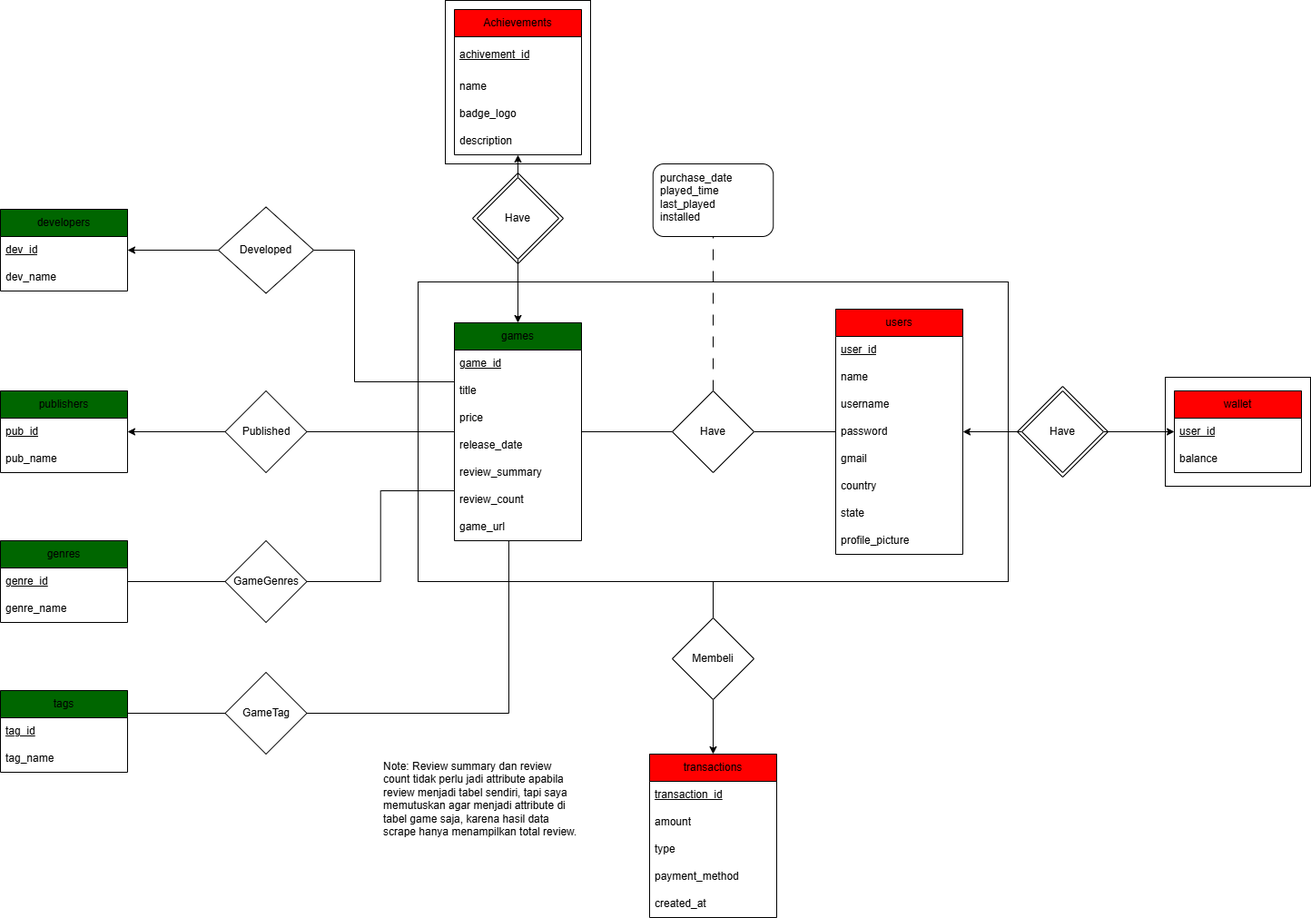
The draw.io diagram Data Storing/design/ERD.drawio.png in Jerannn24/Seleksi-2026-Tugas-1, before a commit. Source tidied: cells renumbered, new cells last; positions are measured from the earlier drawing's top-left corner, leaving out a move shared by most shapes.
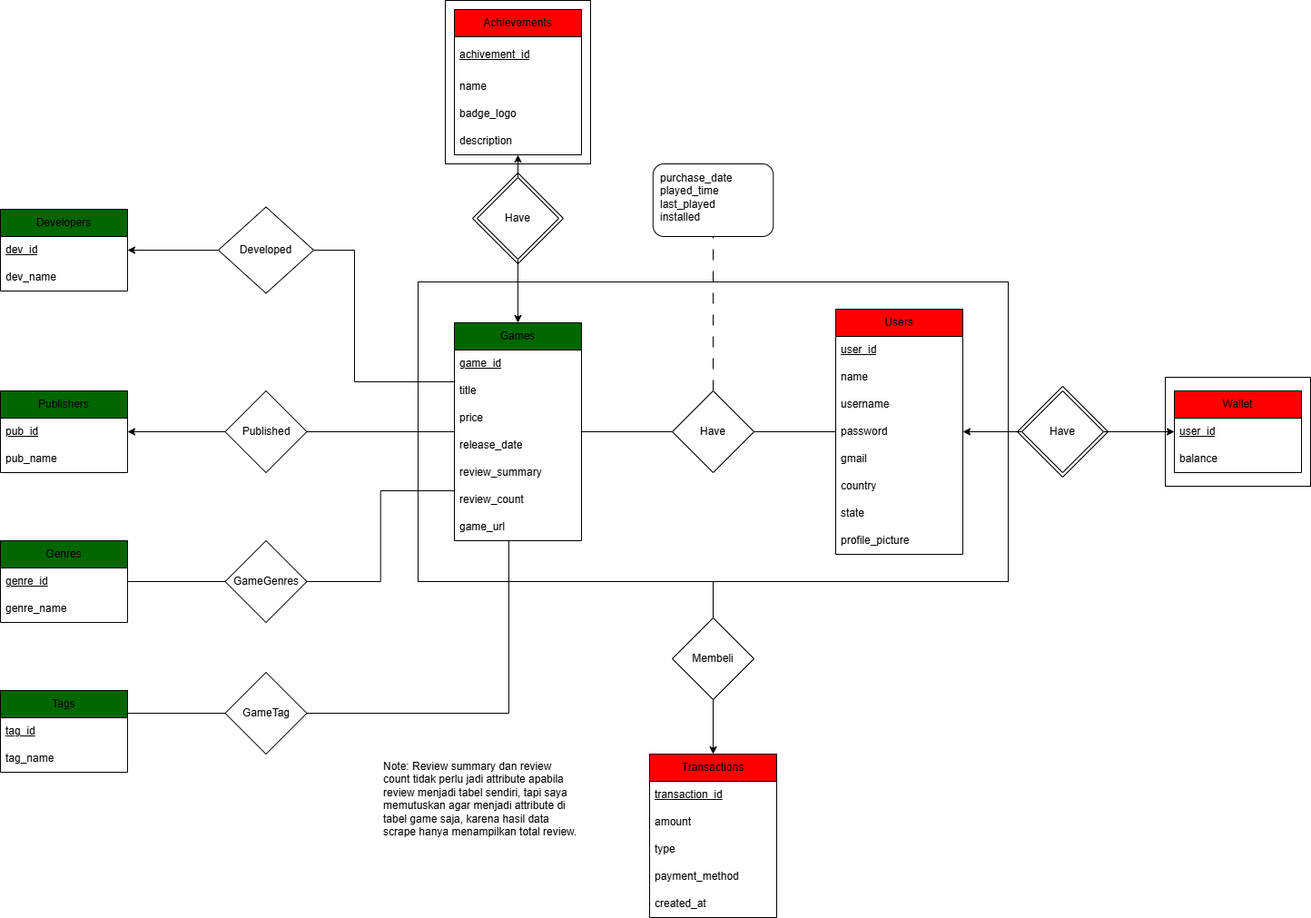
Above is the later version.

The edit, as a diff of the source:
```diff
@@ -17,7 +17,7 @@
     <mxCell id="6" style="rounded=0;whiteSpace=wrap;html=1;" parent="1" vertex="1">
       <mxGeometry x="460" y="310" width="650" height="330" as="geometry" />
     </mxCell>
-    <mxCell id="7" value="games" style="swimlane;fontStyle=0;horizontal=1;startSize=30;whiteSpace=wrap;html=1;fillColor=light-dark(#006600,#006600);fontColor=default;" parent="1" vertex="1">
+    <mxCell id="7" value="Games" style="swimlane;fontStyle=0;horizontal=1;startSize=30;whiteSpace=wrap;html=1;fillColor=light-dark(#006600,#006600);fontColor=default;" parent="1" vertex="1">
       <mxGeometry x="500" y="355" width="140" height="240" as="geometry" />
     </mxCell>
     <mxCell id="8" value="&lt;u&gt;game_id&lt;/u&gt;" style="text;strokeColor=none;fillColor=none;align=left;verticalAlign=middle;spacingLeft=4;spacingRight=4;overflow=hidden;whiteSpace=wrap;html=1;" parent="7" vertex="1">
@@ -41,7 +41,7 @@
     <mxCell id="14" value="game_url" style="text;strokeColor=none;fillColor=none;align=left;verticalAlign=middle;spacingLeft=4;spacingRight=4;overflow=hidden;whiteSpace=wrap;html=1;" parent="7" vertex="1">
       <mxGeometry y="210" width="140" height="30" as="geometry" />
     </mxCell>
-    <mxCell id="15" value="developers" style="swimlane;fontStyle=0;horizontal=1;startSize=30;whiteSpace=wrap;html=1;fillColor=light-dark(#006600,#006600);" parent="1" vertex="1">
+    <mxCell id="15" value="Developers" style="swimlane;fontStyle=0;horizontal=1;startSize=30;whiteSpace=wrap;html=1;fillColor=light-dark(#006600,#006600);" parent="1" vertex="1">
       <mxGeometry y="230" width="140" height="90" as="geometry" />
     </mxCell>
     <mxCell id="16" value="&lt;u&gt;dev_id&lt;/u&gt;" style="text;strokeColor=none;fillColor=none;align=left;verticalAlign=middle;spacingLeft=4;spacingRight=4;overflow=hidden;whiteSpace=wrap;html=1;" parent="15" vertex="1">
@@ -50,7 +50,7 @@
     <mxCell id="17" value="dev_name" style="text;strokeColor=none;fillColor=none;align=left;verticalAlign=middle;spacingLeft=4;spacingRight=4;overflow=hidden;whiteSpace=wrap;html=1;" parent="15" vertex="1">
       <mxGeometry y="60" width="140" height="30" as="geometry" />
     </mxCell>
-    <mxCell id="18" value="publishers" style="swimlane;fontStyle=0;horizontal=1;startSize=30;whiteSpace=wrap;html=1;fillColor=light-dark(#006600,#006600);" parent="1" vertex="1">
+    <mxCell id="18" value="Publishers" style="swimlane;fontStyle=0;horizontal=1;startSize=30;whiteSpace=wrap;html=1;fillColor=light-dark(#006600,#006600);" parent="1" vertex="1">
       <mxGeometry y="430" width="140" height="90" as="geometry" />
     </mxCell>
     <mxCell id="19" value="&lt;u&gt;pub_id&lt;/u&gt;" style="text;strokeColor=none;fillColor=none;align=left;verticalAlign=middle;spacingLeft=4;spacingRight=4;overflow=hidden;whiteSpace=wrap;html=1;" parent="18" vertex="1">
@@ -59,7 +59,7 @@
     <mxCell id="20" value="pub_name" style="text;strokeColor=none;fillColor=none;align=left;verticalAlign=middle;spacingLeft=4;spacingRight=4;overflow=hidden;whiteSpace=wrap;html=1;" parent="18" vertex="1">
       <mxGeometry y="60" width="140" height="30" as="geometry" />
     </mxCell>
-    <mxCell id="21" value="tags" style="swimlane;fontStyle=0;horizontal=1;startSize=30;whiteSpace=wrap;html=1;fillColor=light-dark(#006600,#006600);" parent="1" vertex="1">
+    <mxCell id="21" value="Tags" style="swimlane;fontStyle=0;horizontal=1;startSize=30;whiteSpace=wrap;html=1;fillColor=light-dark(#006600,#006600);" parent="1" vertex="1">
       <mxGeometry y="760" width="140" height="90" as="geometry" />
     </mxCell>
     <mxCell id="22" value="&lt;u&gt;tag_id&lt;/u&gt;" style="text;strokeColor=none;fillColor=none;align=left;verticalAlign=middle;spacingLeft=4;spacingRight=4;overflow=hidden;whiteSpace=wrap;html=1;" parent="21" vertex="1">
@@ -68,7 +68,7 @@
     <mxCell id="23" value="tag_name" style="text;strokeColor=none;fillColor=none;align=left;verticalAlign=middle;spacingLeft=4;spacingRight=4;overflow=hidden;whiteSpace=wrap;html=1;" parent="21" vertex="1">
       <mxGeometry y="60" width="140" height="30" as="geometry" />
     </mxCell>
-    <mxCell id="24" value="users" style="swimlane;fontStyle=0;horizontal=1;startSize=30;whiteSpace=wrap;html=1;fillColor=light-dark(#FF0000,#FF0000);" parent="1" vertex="1">
+    <mxCell id="24" value="Users" style="swimlane;fontStyle=0;horizontal=1;startSize=30;whiteSpace=wrap;html=1;fillColor=light-dark(#FF0000,#FF0000);" parent="1" vertex="1">
       <mxGeometry x="920" y="340" width="140" height="270" as="geometry" />
     </mxCell>
     <mxCell id="25" value="&lt;u&gt;user_id&lt;/u&gt;" style="text;strokeColor=none;fillColor=none;align=left;verticalAlign=middle;spacingLeft=4;spacingRight=4;overflow=hidden;whiteSpace=wrap;html=1;" parent="24" vertex="1">
@@ -95,7 +95,7 @@
     <mxCell id="32" value="profile_picture" style="text;strokeColor=none;fillColor=none;align=left;verticalAlign=middle;spacingLeft=4;spacingRight=4;overflow=hidden;whiteSpace=wrap;html=1;" parent="24" vertex="1">
       <mxGeometry y="240" width="140" height="30" as="geometry" />
     </mxCell>
-    <mxCell id="33" value="wallet" style="swimlane;fontStyle=0;horizontal=1;startSize=30;whiteSpace=wrap;html=1;fillColor=light-dark(#FF0000,#FF0000);swimlaneFillColor=none;" parent="1" vertex="1">
+    <mxCell id="33" value="Wallet" style="swimlane;fontStyle=0;horizontal=1;startSize=30;whiteSpace=wrap;html=1;fillColor=light-dark(#FF0000,#FF0000);swimlaneFillColor=none;" parent="1" vertex="1">
       <mxGeometry x="1293" y="430" width="140" height="90" as="geometry" />
     </mxCell>
     <mxCell id="34" value="&lt;u&gt;user_id&lt;/u&gt;" style="text;strokeColor=none;fillColor=none;align=left;verticalAlign=middle;spacingLeft=4;spacingRight=4;overflow=hidden;whiteSpace=wrap;html=1;" parent="33" vertex="1">
@@ -104,7 +104,7 @@
     <mxCell id="35" value="balance" style="text;strokeColor=none;fillColor=none;align=left;verticalAlign=middle;spacingLeft=4;spacingRight=4;overflow=hidden;whiteSpace=wrap;html=1;" parent="33" vertex="1">
       <mxGeometry y="60" width="140" height="30" as="geometry" />
     </mxCell>
-    <mxCell id="36" value="transactions" style="swimlane;fontStyle=0;horizontal=1;startSize=30;whiteSpace=wrap;html=1;fillColor=light-dark(#FF0000,#FF0000);" parent="1" vertex="1">
+    <mxCell id="36" value="Transactions" style="swimlane;fontStyle=0;horizontal=1;startSize=30;whiteSpace=wrap;html=1;fillColor=light-dark(#FF0000,#FF0000);" parent="1" vertex="1">
       <mxGeometry x="715" y="830" width="140" height="180" as="geometry" />
     </mxCell>
     <mxCell id="37" value="&lt;u&gt;transaction_id&lt;/u&gt;" style="text;strokeColor=none;fillColor=none;align=left;verticalAlign=middle;spacingLeft=4;spacingRight=4;overflow=hidden;whiteSpace=wrap;html=1;" parent="36" vertex="1">
@@ -222,7 +222,7 @@
     <mxCell id="70" value="Have" style="rhombus;whiteSpace=wrap;html=1;" parent="1" vertex="1">
       <mxGeometry x="525" y="195" width="90" height="90" as="geometry" />
     </mxCell>
-    <mxCell id="71" value="genres" style="swimlane;fontStyle=0;horizontal=1;startSize=30;whiteSpace=wrap;html=1;fillColor=light-dark(#006600,#006600);" parent="1" vertex="1">
+    <mxCell id="71" value="Genres" style="swimlane;fontStyle=0;horizontal=1;startSize=30;whiteSpace=wrap;html=1;fillColor=light-dark(#006600,#006600);" parent="1" vertex="1">
       <mxGeometry y="595" width="140" height="90" as="geometry" />
     </mxCell>
     <mxCell id="72" value="&lt;span&gt;genre_id&lt;/span&gt;" style="text;strokeColor=none;fillColor=none;align=left;verticalAlign=middle;spacingLeft=4;spacingRight=4;overflow=hidden;whiteSpace=wrap;html=1;fontStyle=4;" parent="71" vertex="1">
```
